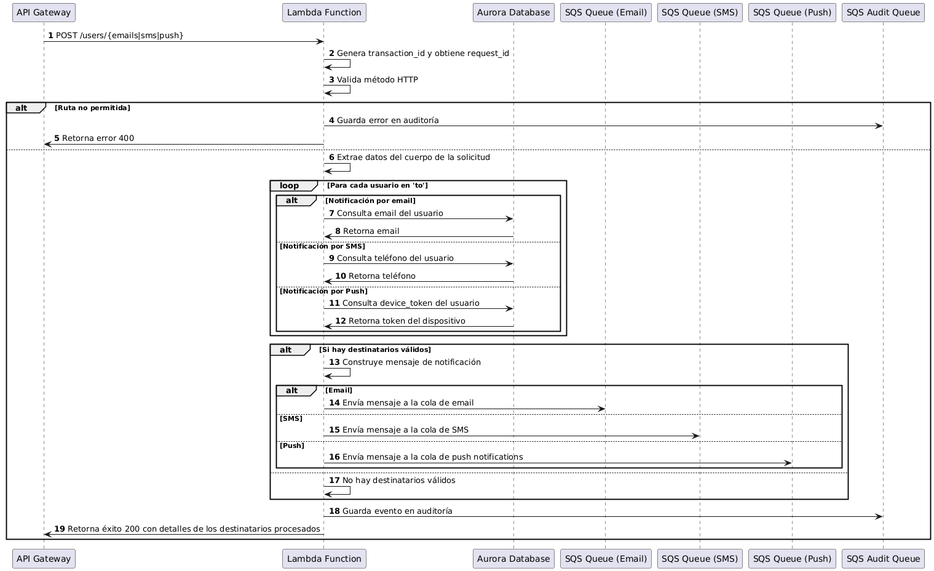
Before: plant-uml/notifications-lambdas/lam_coto_prepare_notifications.png, a diagram exported from PlantUML (Jiliar/arch-coto-diagrams).
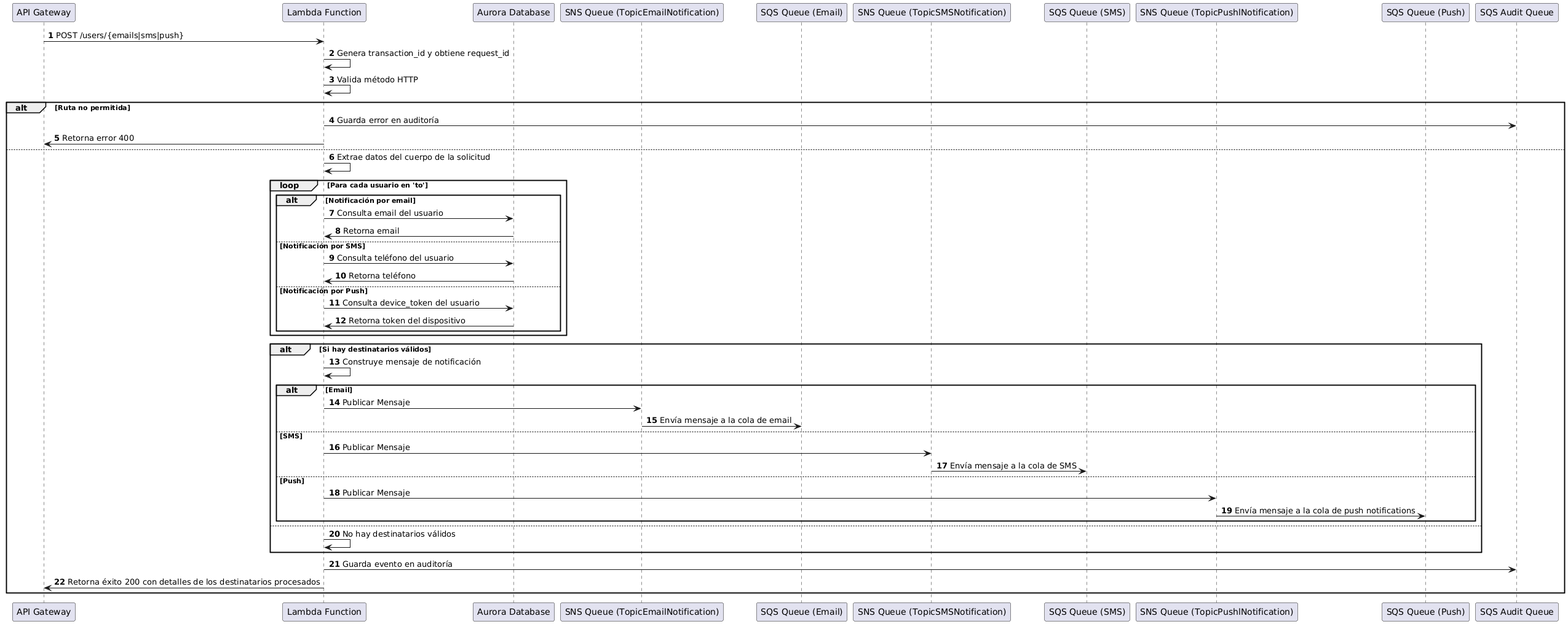
After the commit.

Commit message:
Adding modification in Prepare notification diagram

What changed in the source:
```diff
@@ -4,8 +4,11 @@
 participant "API Gateway" as API
 participant "Lambda Function" as Lambda
 participant "Aurora Database" as Aurora
+participant "SNS Queue (TopicEmailNotification)" as SNS_Email
 participant "SQS Queue (Email)" as SQS_Email
+participant "SNS Queue (TopicSMSNotification)" as SNS_SMS
 participant "SQS Queue (SMS)" as SQS_SMS
+participant "SNS Queue (TopicPushlNotification)" as SNS_Push
 participant "SQS Queue (Push)" as SQS_Push
 participant "SQS Audit Queue" as SQS_Audit
 
@@ -34,11 +37,14 @@
     alt Si hay destinatarios válidos
         Lambda -> Lambda: Construye mensaje de notificación
         alt Email
-            Lambda -> SQS_Email: Envía mensaje a la cola de email
+            Lambda -> SNS_Email: Publicar Mensaje
+            SNS_Email -> SQS_Email: Envía mensaje a la cola de email
         else SMS
-            Lambda -> SQS_SMS: Envía mensaje a la cola de SMS
+            Lambda -> SNS_SMS: Publicar Mensaje
+            SNS_SMS -> SQS_SMS: Envía mensaje a la cola de SMS
         else Push
-            Lambda -> SQS_Push: Envía mensaje a la cola de push notifications
+            Lambda -> SNS_Push: Publicar Mensaje
+            SNS_Push -> SQS_Push: Envía mensaje a la cola de push notifications
         end
     else
         Lambda -> Lambda: No hay destinatarios válidos
```
